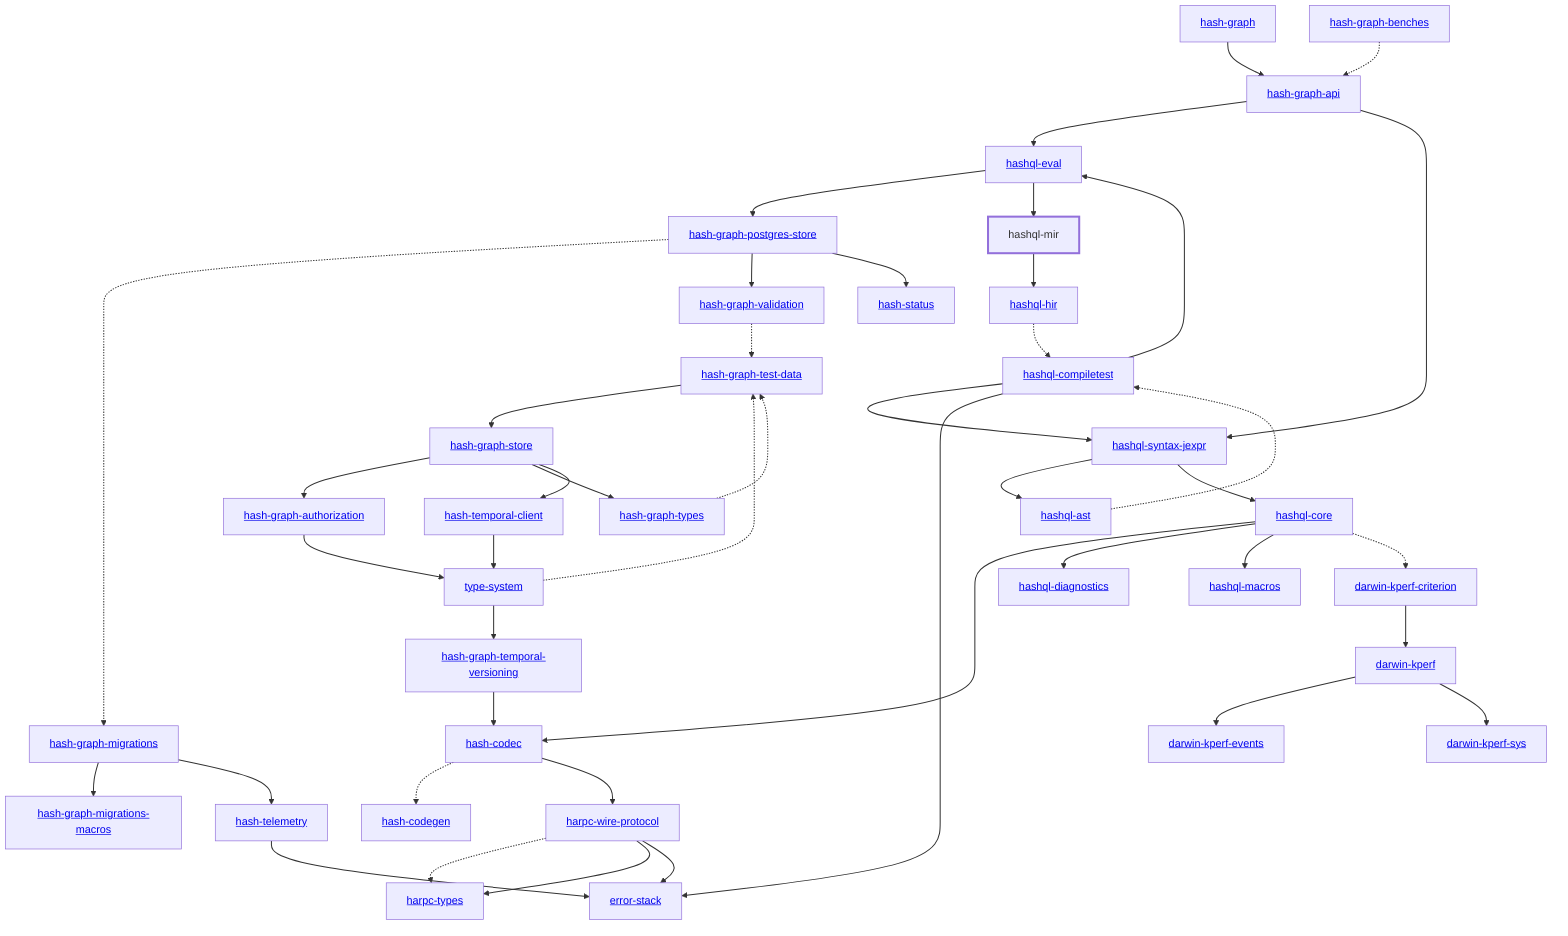
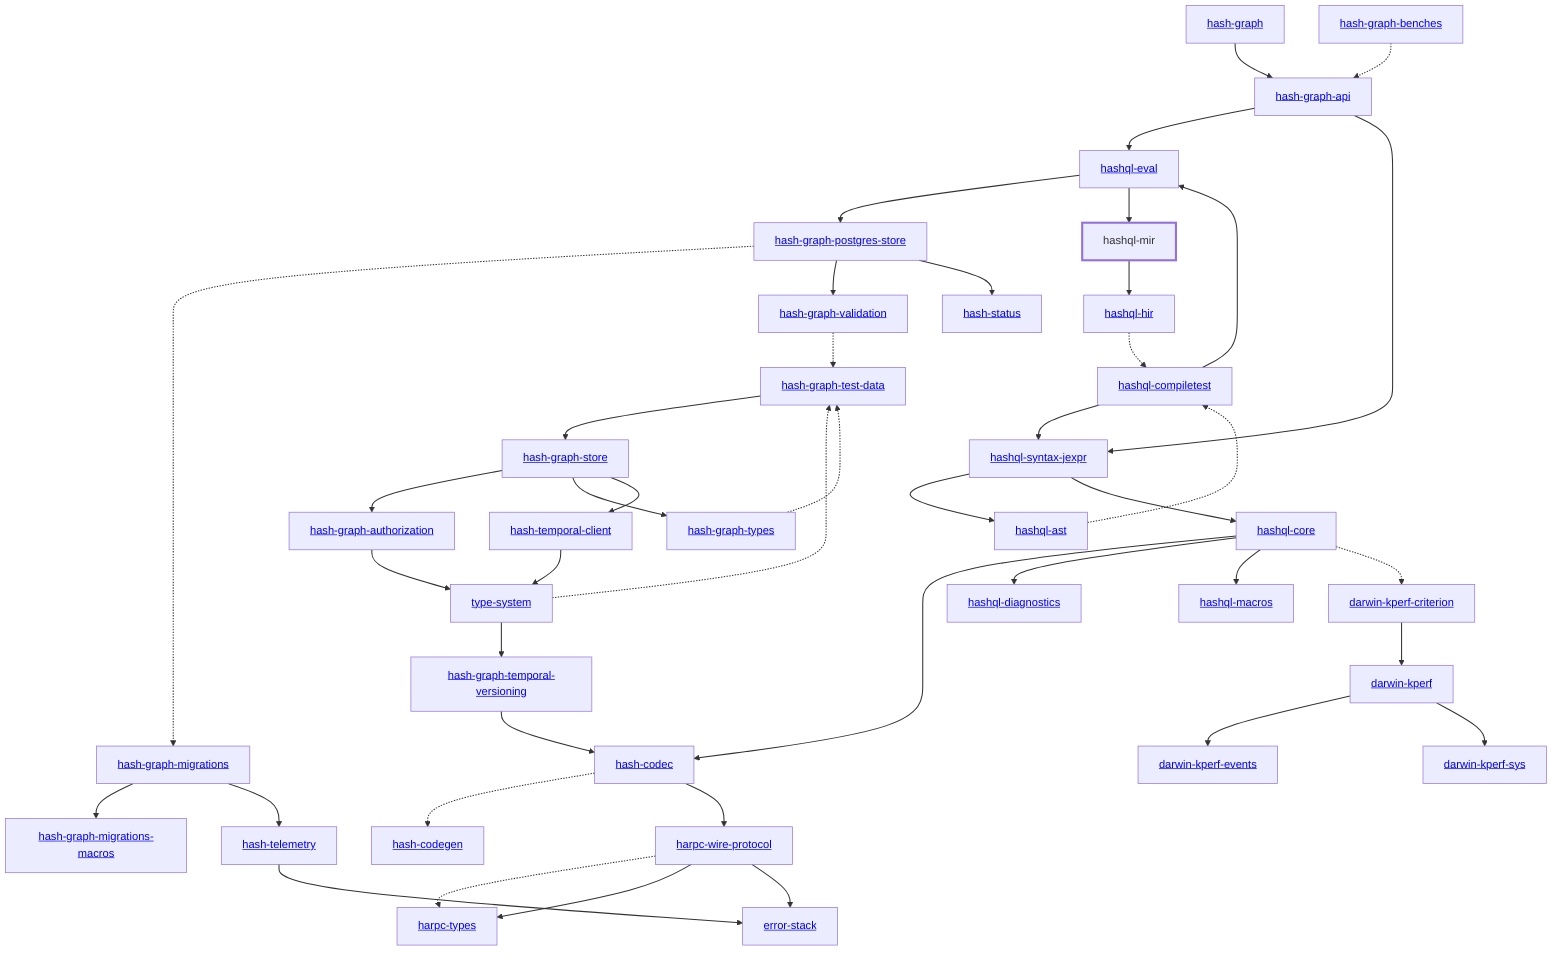
graph TD
    linkStyle default stroke-width:1.5px
    classDef default stroke-width:1px
    classDef root stroke-width:3px
    classDef dev stroke-width:1px
    classDef build stroke-width:1px
    %% Legend
    %% --> : Normal dependency
    %% -.-> : Dev dependency
    %% ---> : Build dependency
    0[<a href="../hash_graph/index.html">hash-graph</a>]
    1[<a href="../type_system/index.html">type-system</a>]
    2[<a href="../hash_codec/index.html">hash-codec</a>]
    3[<a href="../hash_codegen/index.html">hash-codegen</a>]
    4[<a href="../hash_graph_api/index.html">hash-graph-api</a>]
    5[<a href="../hash_graph_authorization/index.html">hash-graph-authorization</a>]
    6[<a href="../hash_graph_migrations/index.html">hash-graph-migrations</a>]
    7[<a href="../hash_graph_migrations_macros/index.html">hash-graph-migrations-macros</a>]
    8[<a href="../hash_graph_postgres_store/index.html">hash-graph-postgres-store</a>]
    9[<a href="../hash_graph_store/index.html">hash-graph-store</a>]
    10[<a href="../hash_graph_temporal_versioning/index.html">hash-graph-temporal-versioning</a>]
    11[<a href="../hash_graph_types/index.html">hash-graph-types</a>]
    12[<a href="../hash_graph_validation/index.html">hash-graph-validation</a>]
    13[<a href="../harpc_types/index.html">harpc-types</a>]
    14[<a href="../harpc_wire_protocol/index.html">harpc-wire-protocol</a>]
    15[<a href="../hashql_ast/index.html">hashql-ast</a>]
    16[<a href="../hashql_compiletest/index.html">hashql-compiletest</a>]
    17[<a href="../hashql_core/index.html">hashql-core</a>]
    18[<a href="../hashql_diagnostics/index.html">hashql-diagnostics</a>]
    19[<a href="../hashql_eval/index.html">hashql-eval</a>]
    20[<a href="../hashql_hir/index.html">hashql-hir</a>]
    21[<a href="../hashql_macros/index.html">hashql-macros</a>]
    22[hashql-mir]
    class 22 root
    23[<a href="../hashql_syntax_jexpr/index.html">hashql-syntax-jexpr</a>]
    24[<a href="../hash_status/index.html">hash-status</a>]
    25[<a href="../hash_telemetry/index.html">hash-telemetry</a>]
    26[<a href="../hash_temporal_client/index.html">hash-temporal-client</a>]
    27[<a href="../darwin_kperf/index.html">darwin-kperf</a>]
    28[<a href="../darwin_kperf_criterion/index.html">darwin-kperf-criterion</a>]
    29[<a href="../darwin_kperf_events/index.html">darwin-kperf-events</a>]
    30[<a href="../darwin_kperf_sys/index.html">darwin-kperf-sys</a>]
    31[<a href="../error_stack/index.html">error-stack</a>]
    32[<a href="../hash_graph_benches/index.html">hash-graph-benches</a>]
    33[<a href="../hash_graph_test_data/index.html">hash-graph-test-data</a>]
    0 --> 4
    1 --> 10
    1 -.-> 33
    2 -.-> 3
    2 --> 14
    4 --> 19
    4 --> 23
    5 --> 1
    6 --> 7
    6 --> 25
    8 -.-> 6
    8 --> 12
    8 --> 24
    9 --> 5
    9 --> 11
    9 --> 26
    10 --> 2
    11 -.-> 33
    12 -.-> 33
    14 -.-> 13
    14 --> 13
    14 --> 31
    15 -.-> 16
    16 --> 19
    16 --> 23
-     16 --> 31
    17 --> 2
    17 --> 18
    17 --> 21
    17 -.-> 28
    19 --> 8
    19 --> 22
    20 -.-> 16
    22 --> 20
    23 --> 15
    23 --> 17
    25 --> 31
    26 --> 1
    27 --> 29
    27 --> 30
    28 --> 27
    32 -.-> 4
    33 --> 9
